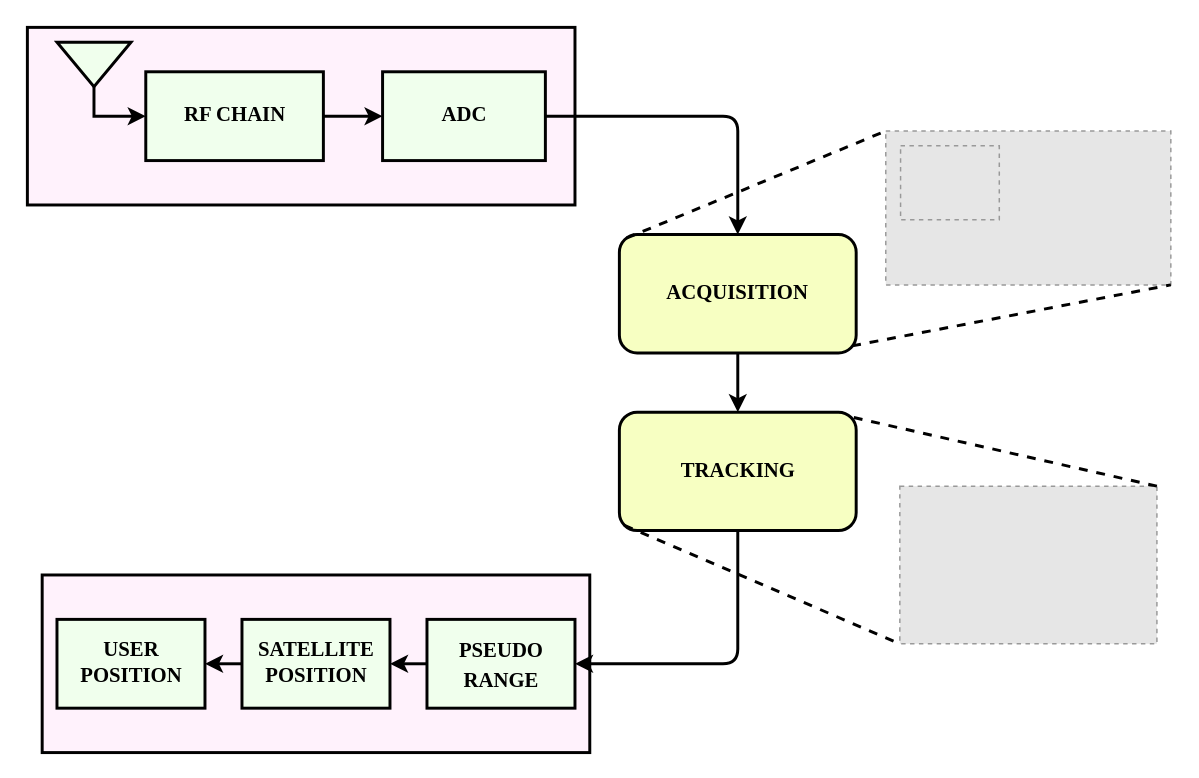
Above: GPS_Receiver.drawio in Manikanta-IITB/MTP_RnD_Figures (draw.io), before the change. Source tidied: cells renumbered, new cells numbered last; positions are measured from the earlier drawing's top-left corner, leaving out a move shared by most shapes. Both pictures are drawn from the tidied source at 148%, with x=0, y=0 at pixel (27, 27). Pictures stored in the file or linked from it are replaced by grey dashed boxes.
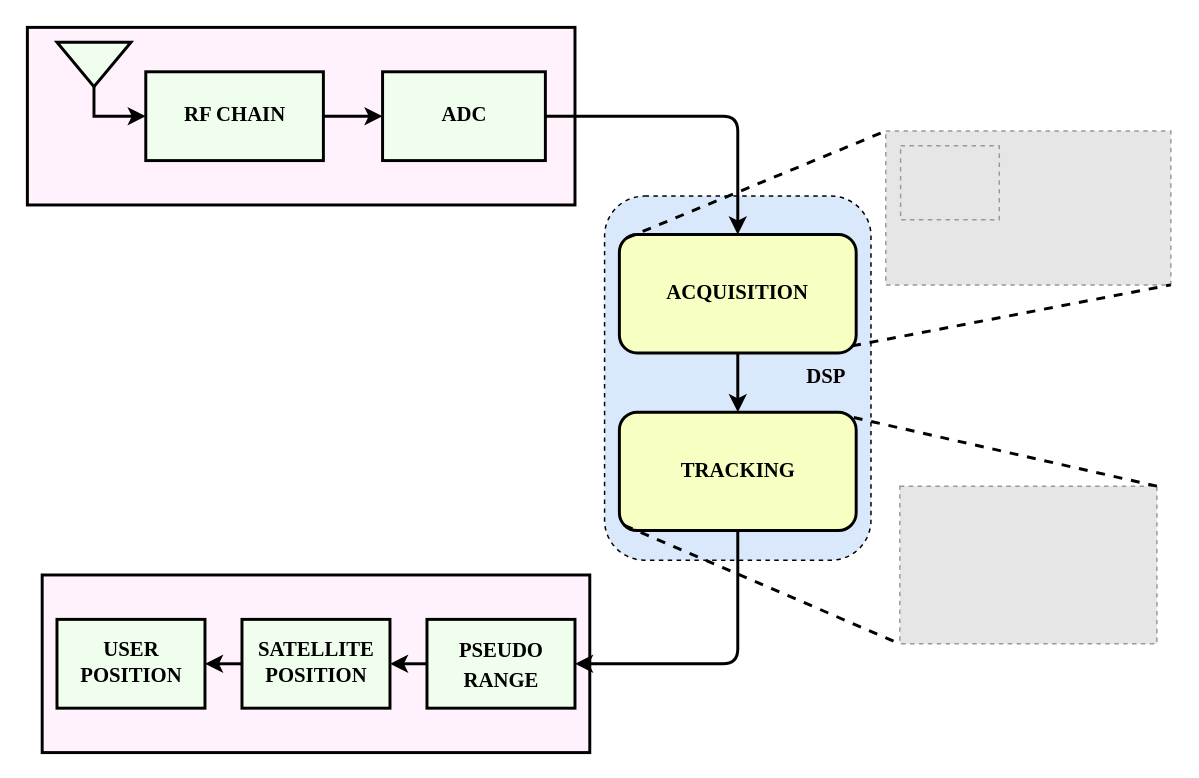
Above is the later version.

What changed in the source:
```diff
@@
+    <mxCell id="33" style="rounded=1;whiteSpace=wrap;html=1;dashed=1;fillColor=#dae8fc;strokeColor=#000000;" parent="1" vertex="1">
+      <mxGeometry x="390" y="114" width="180" height="246" as="geometry" />
+    </mxCell>
@@
+    <mxCell id="34" value="&lt;font style=&quot;font-size: 14px;&quot; face=&quot;Times New Roman&quot;&gt;&lt;b&gt;DSP&lt;/b&gt;&lt;/font&gt;" style="text;html=1;align=center;verticalAlign=middle;whiteSpace=wrap;rounded=0;" parent="1" vertex="1">
+      <mxGeometry x="510" y="222" width="60" height="30" as="geometry" />
+    </mxCell>
```
